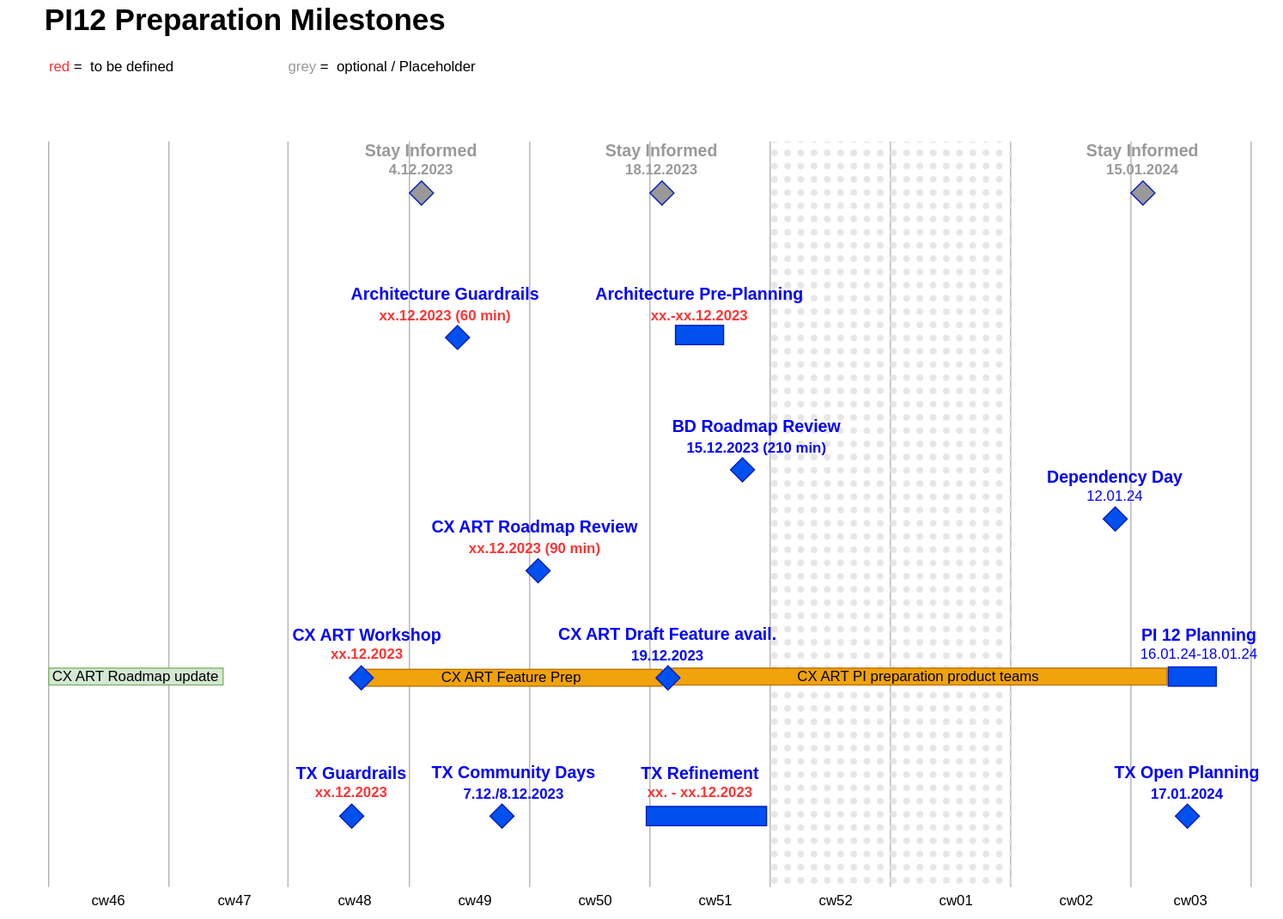
The draw.io diagram PI12-Preparation-Timeline.drawio.svg in mabige/scratchpad, before a commit. Source tidied: cells renumbered, new cells last; positions are measured from the earlier drawing's top-left corner, leaving out a move shared by most shapes.
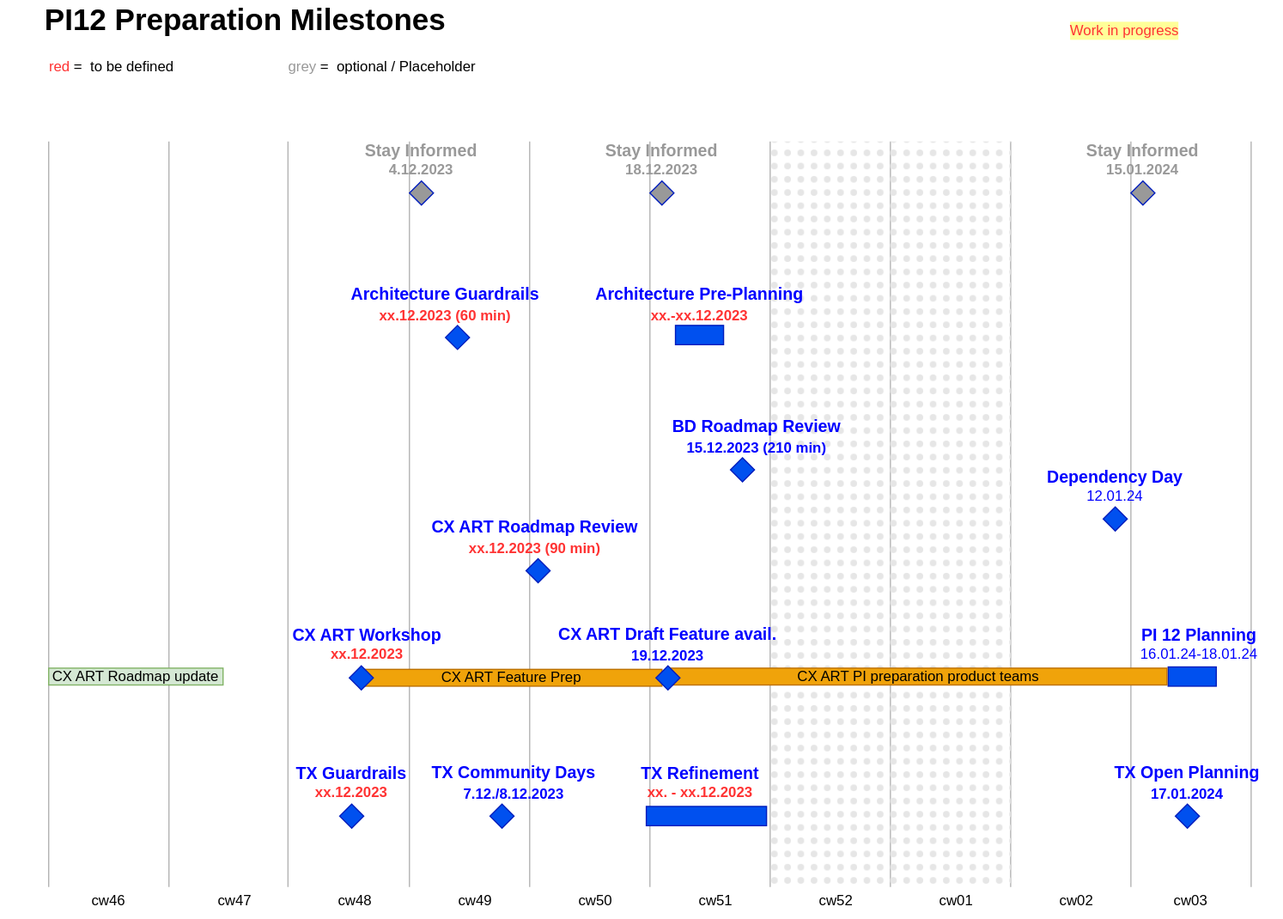
The same file after the commit.

Change to the diagram source:
```diff
@@ -215,5 +215,8 @@
     <mxCell id="61" value="&lt;font color=&quot;#ff3333&quot;&gt;red&lt;/font&gt; =&amp;nbsp; to be defined " style="text;html=1;strokeColor=none;fillColor=none;align=center;verticalAlign=middle;whiteSpace=wrap;rounded=0;" parent="1" vertex="1">
       <mxGeometry y="40" width="185" height="30" as="geometry" />
     </mxCell>
+    <mxCell id="62" value="Work in progress" style="text;html=1;strokeColor=none;fillColor=none;align=center;verticalAlign=middle;whiteSpace=wrap;rounded=0;fontColor=#FF3333;labelBackgroundColor=#FFFF99;" parent="1" vertex="1">
+      <mxGeometry x="860" y="10" width="150" height="30" as="geometry" />
+    </mxCell>
   </root>
 </mxGraphModel>
```
